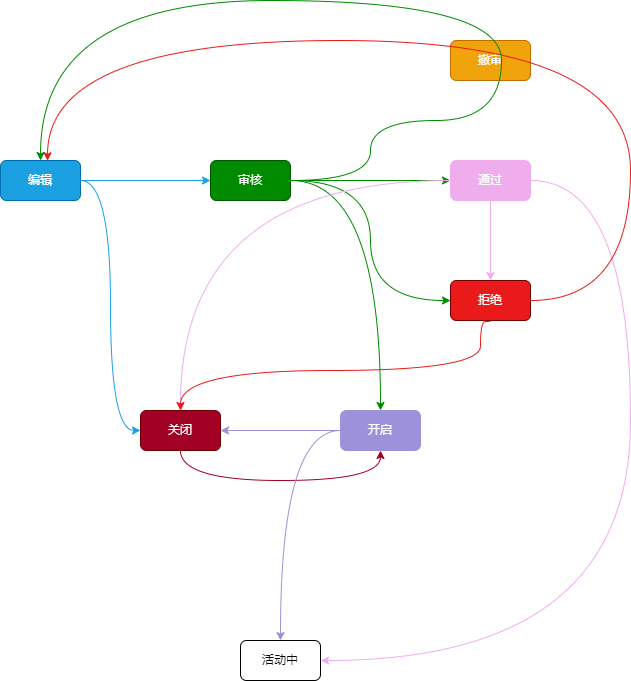
Above: Lottery/抽奖状态1.2.drawio.png in youjizi/images (draw.io), before the change. Source tidied: cells renumbered, new cells last; positions are measured from the earlier drawing's top-left corner, leaving out a move shared by most shapes.
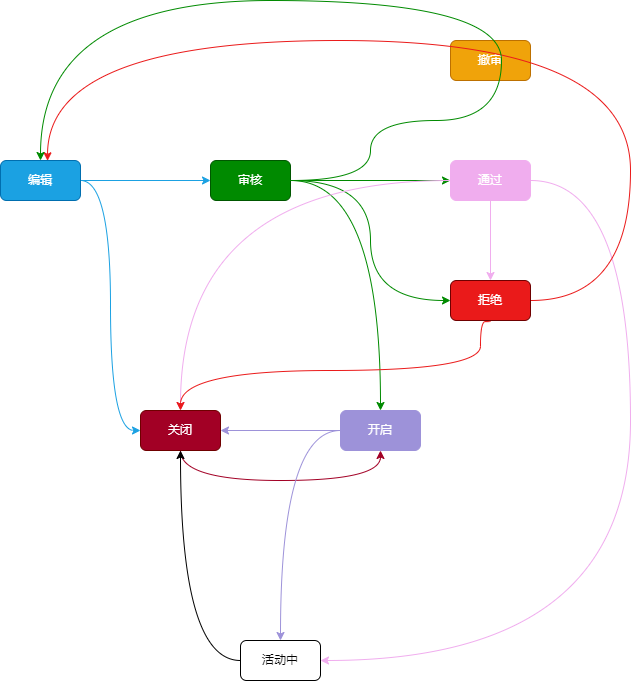
The same file after the commit.

Commit message:
更新抽奖状态1.2.drawio.png

Change to the diagram source:
```diff
@@ -86,6 +86,9 @@
     <mxCell id="21" value="开启" style="rounded=1;whiteSpace=wrap;html=1;fillColor=#9d92d9;strokeColor=#9d92d9;fontColor=#ffffff;" parent="1" vertex="1">
       <mxGeometry x="340" y="410" width="80" height="40" as="geometry" />
     </mxCell>
+    <mxCell id="24" style="edgeStyle=orthogonalEdgeStyle;jettySize=auto;html=1;entryX=0.5;entryY=1;entryDx=0;entryDy=0;curved=1;" parent="1" edge="1" source="22" target="11">
+      <mxGeometry relative="1" as="geometry" />
+    </mxCell>
     <mxCell id="22" value="活动中" style="rounded=1;whiteSpace=wrap;html=1;" parent="1" vertex="1">
       <mxGeometry x="240" y="640" width="80" height="40" as="geometry" />
     </mxCell>
```
